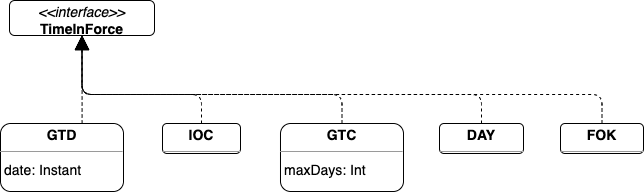
Earlier version of the draw.io export content/tutorial/tif.png (neurallayer/roboquant.org). Source tidied: cells renumbered, new cells last; positions are measured from the earlier drawing's top-left corner, leaving out a move shared by most shapes.
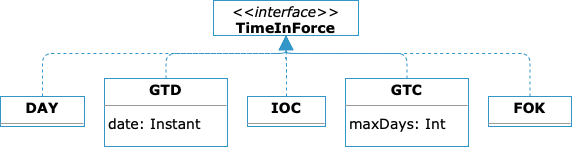
After the change.

What changed in the source:
```diff
@@ -2,58 +2,58 @@
   <root>
     <mxCell id="0" />
     <mxCell id="1" parent="0" />
-    <mxCell id="2" value="&lt;p style=&quot;margin:0px;margin-top:4px;text-align:center;&quot;&gt;&lt;b&gt;DAY&lt;/b&gt;&lt;/p&gt;&lt;hr size=&quot;1&quot;/&gt;" style="verticalAlign=top;align=left;overflow=fill;fontSize=14;fontFamily=Helvetica;html=1;rounded=1;shadow=0;comic=0;labelBackgroundColor=none;strokeWidth=1;" parent="1" vertex="1">
-      <mxGeometry x="439" y="123" width="84" height="30" as="geometry" />
+    <mxCell id="2" value="&lt;p style=&quot;margin:0px;margin-top:4px;text-align:center;&quot;&gt;&lt;b&gt;DAY&lt;/b&gt;&lt;/p&gt;&lt;hr size=&quot;1&quot;&gt;" style="verticalAlign=top;align=left;overflow=fill;fontSize=14;fontFamily=Verdana;html=1;rounded=0;shadow=0;comic=0;labelBackgroundColor=none;strokeWidth=1;strokeColor=#3296C8;" parent="1" vertex="1">
+      <mxGeometry x="9" y="-153" width="84" height="30" as="geometry" />
     </mxCell>
-    <mxCell id="3" value="&lt;p style=&quot;margin:0px;margin-top:4px;text-align:center;&quot;&gt;&lt;b&gt;FOK&lt;/b&gt;&lt;/p&gt;&lt;hr size=&quot;1&quot;/&gt;" style="verticalAlign=top;align=left;overflow=fill;fontSize=14;fontFamily=Helvetica;html=1;rounded=1;shadow=0;comic=0;labelBackgroundColor=none;strokeWidth=1;" parent="1" vertex="1">
-      <mxGeometry x="560" y="123" width="83" height="30" as="geometry" />
+    <mxCell id="3" value="&lt;p style=&quot;margin:0px;margin-top:4px;text-align:center;&quot;&gt;&lt;b&gt;FOK&lt;/b&gt;&lt;/p&gt;&lt;hr size=&quot;1&quot;&gt;" style="verticalAlign=top;align=left;overflow=fill;fontSize=14;fontFamily=Verdana;html=1;rounded=0;shadow=0;comic=0;labelBackgroundColor=none;strokeWidth=1;strokeColor=#3296C8;" parent="1" vertex="1">
+      <mxGeometry x="497" y="-153" width="83" height="30" as="geometry" />
     </mxCell>
-    <mxCell id="4" value="&lt;p style=&quot;margin:0px;margin-top:4px;text-align:center;&quot;&gt;&lt;b&gt;GTC&lt;/b&gt;&lt;/p&gt;&lt;hr size=&quot;1&quot;/&gt;&lt;p style=&quot;margin:0 0 0 4px;line-height:1.6;&quot;&gt; maxDays: Int&lt;/p&gt;" style="verticalAlign=top;align=left;overflow=fill;fontSize=14;fontFamily=Helvetica;html=1;rounded=1;shadow=0;comic=0;labelBackgroundColor=none;strokeWidth=1;" parent="1" vertex="1">
-      <mxGeometry x="280" y="123" width="123" height="68" as="geometry" />
+    <mxCell id="4" value="&lt;p style=&quot;margin:0px;margin-top:4px;text-align:center;&quot;&gt;&lt;b&gt;GTC&lt;/b&gt;&lt;/p&gt;&lt;hr size=&quot;1&quot;&gt;&lt;p style=&quot;margin:0 0 0 4px;line-height:1.6;&quot;&gt; maxDays: Int&lt;/p&gt;" style="verticalAlign=top;align=left;overflow=fill;fontSize=14;fontFamily=Verdana;html=1;rounded=0;shadow=0;comic=0;labelBackgroundColor=none;strokeWidth=1;strokeColor=#3296C8;" parent="1" vertex="1">
+      <mxGeometry x="354" y="-171" width="123" height="68" as="geometry" />
     </mxCell>
-    <mxCell id="5" value="&lt;p style=&quot;margin:0px;margin-top:4px;text-align:center;&quot;&gt;&lt;b&gt;GTD&lt;/b&gt;&lt;/p&gt;&lt;hr size=&quot;1&quot;/&gt;&lt;p style=&quot;margin:0 0 0 4px;line-height:1.6;&quot;&gt; date: Instant&lt;/p&gt;" style="verticalAlign=top;align=left;overflow=fill;fontSize=14;fontFamily=Helvetica;html=1;rounded=1;shadow=0;comic=0;labelBackgroundColor=none;strokeWidth=1;" parent="1" vertex="1">
-      <mxGeometry y="123" width="123" height="68" as="geometry" />
+    <mxCell id="5" value="&lt;p style=&quot;margin:0px;margin-top:4px;text-align:center;&quot;&gt;&lt;b&gt;GTD&lt;/b&gt;&lt;/p&gt;&lt;hr size=&quot;1&quot;&gt;&lt;p style=&quot;margin:0 0 0 4px;line-height:1.6;&quot;&gt; date: Instant&lt;/p&gt;" style="verticalAlign=top;align=left;overflow=fill;fontSize=14;fontFamily=Verdana;html=1;rounded=0;shadow=0;comic=0;labelBackgroundColor=none;strokeWidth=1;strokeColor=#3296C8;" parent="1" vertex="1">
+      <mxGeometry x="113" y="-171" width="123" height="68" as="geometry" />
     </mxCell>
-    <mxCell id="6" value="&lt;p style=&quot;margin:0px;margin-top:4px;text-align:center;&quot;&gt;&lt;b&gt;IOC&lt;/b&gt;&lt;/p&gt;&lt;hr size=&quot;1&quot;/&gt;" style="verticalAlign=top;align=left;overflow=fill;fontSize=14;fontFamily=Helvetica;html=1;rounded=1;shadow=0;comic=0;labelBackgroundColor=none;strokeWidth=1;" parent="1" vertex="1">
-      <mxGeometry x="162" y="123" width="78" height="30" as="geometry" />
+    <mxCell id="6" value="&lt;p style=&quot;margin:0px;margin-top:4px;text-align:center;&quot;&gt;&lt;b&gt;IOC&lt;/b&gt;&lt;/p&gt;&lt;hr size=&quot;1&quot;&gt;" style="verticalAlign=top;align=left;overflow=fill;fontSize=14;fontFamily=Verdana;html=1;rounded=0;shadow=0;comic=0;labelBackgroundColor=none;strokeWidth=1;strokeColor=#3296C8;" parent="1" vertex="1">
+      <mxGeometry x="256" y="-153" width="78" height="30" as="geometry" />
     </mxCell>
-    <mxCell id="7" value="&lt;p style=&quot;margin:0px;margin-top:4px;text-align:center;&quot;&gt;&lt;i&gt;&amp;lt;&amp;lt;interface&amp;gt;&amp;gt;&lt;/i&gt;&lt;br/&gt;&lt;b&gt;TimeInForce&lt;/b&gt;&lt;/p&gt;&lt;hr size=&quot;1&quot;/&gt;" style="verticalAlign=top;align=left;overflow=fill;fontSize=14;fontFamily=Helvetica;html=1;rounded=1;shadow=0;comic=0;labelBackgroundColor=none;strokeWidth=1;" parent="1" vertex="1">
-      <mxGeometry x="9" width="145" height="35" as="geometry" />
+    <mxCell id="7" value="&lt;p style=&quot;margin:0px;margin-top:4px;text-align:center;&quot;&gt;&lt;i&gt;&amp;lt;&amp;lt;interface&amp;gt;&amp;gt;&lt;/i&gt;&lt;br&gt;&lt;b&gt;TimeInForce&lt;/b&gt;&lt;/p&gt;&lt;hr size=&quot;1&quot;&gt;" style="verticalAlign=top;align=left;overflow=fill;fontSize=14;fontFamily=Verdana;html=1;rounded=0;shadow=0;comic=0;labelBackgroundColor=none;strokeWidth=1;strokeColor=#3296C8;" parent="1" vertex="1">
+      <mxGeometry x="222" y="-249" width="145" height="35" as="geometry" />
     </mxCell>
-    <mxCell id="8" style="html=1;rounded=1;edgeStyle=orthogonalEdgeStyle;dashed=1;startArrow=none;endArrow=block;endSize=12;exitX=0.500;exitY=0.002;exitDx=0;exitDy=0;entryX=0.500;entryY=1.001;entryDx=0;entryDy=0;" parent="1" edge="1" source="2" target="7">
+    <mxCell id="8" style="html=1;rounded=1;edgeStyle=orthogonalEdgeStyle;dashed=1;startArrow=none;endArrow=block;endSize=12;strokeColor=#3296C8;exitX=0.500;exitY=0.001;exitDx=0;exitDy=0;entryX=0.500;entryY=1.002;entryDx=0;entryDy=0;fontFamily=Verdana;" parent="1" edge="1" source="2" target="7">
       <mxGeometry relative="1" as="geometry">
         <Array as="points">
-          <mxPoint x="481" y="94" />
-          <mxPoint x="81" y="94" />
+          <mxPoint x="51" y="-196" />
+          <mxPoint x="295" y="-196" />
         </Array>
       </mxGeometry>
     </mxCell>
-    <mxCell id="9" style="html=1;rounded=1;edgeStyle=orthogonalEdgeStyle;dashed=1;startArrow=none;endArrow=block;endSize=12;exitX=0.500;exitY=0.002;exitDx=0;exitDy=0;entryX=0.500;entryY=1.001;entryDx=0;entryDy=0;" parent="1" edge="1" source="3" target="7">
+    <mxCell id="9" style="html=1;rounded=1;edgeStyle=orthogonalEdgeStyle;dashed=1;startArrow=none;endArrow=block;endSize=12;strokeColor=#3296C8;exitX=0.500;exitY=0.001;exitDx=0;exitDy=0;entryX=0.500;entryY=1.002;entryDx=0;entryDy=0;fontFamily=Verdana;" parent="1" edge="1" source="3" target="7">
       <mxGeometry relative="1" as="geometry">
         <Array as="points">
-          <mxPoint x="601" y="94" />
-          <mxPoint x="81" y="94" />
+          <mxPoint x="539" y="-196" />
+          <mxPoint x="295" y="-196" />
         </Array>
       </mxGeometry>
     </mxCell>
-    <mxCell id="10" style="html=1;rounded=1;edgeStyle=orthogonalEdgeStyle;dashed=1;startArrow=none;endArrow=block;endSize=12;exitX=0.500;exitY=0.000;exitDx=0;exitDy=0;entryX=0.500;entryY=1.001;entryDx=0;entryDy=0;" parent="1" edge="1" source="4" target="7">
+    <mxCell id="10" style="html=1;rounded=1;edgeStyle=orthogonalEdgeStyle;dashed=1;startArrow=none;endArrow=block;endSize=12;strokeColor=#3296C8;exitX=0.500;exitY=0.001;exitDx=0;exitDy=0;entryX=0.500;entryY=1.002;entryDx=0;entryDy=0;fontFamily=Verdana;" parent="1" edge="1" source="4" target="7">
       <mxGeometry relative="1" as="geometry">
         <Array as="points">
-          <mxPoint x="341" y="94" />
-          <mxPoint x="81" y="94" />
+          <mxPoint x="416" y="-196" />
+          <mxPoint x="295" y="-196" />
         </Array>
       </mxGeometry>
     </mxCell>
-    <mxCell id="11" style="html=1;rounded=1;edgeStyle=orthogonalEdgeStyle;dashed=1;startArrow=none;endArrow=block;endSize=12;exitX=0.663;exitY=0.001;exitDx=0;exitDy=0;entryX=0.500;entryY=1.002;entryDx=0;entryDy=0;" parent="1" edge="1" source="5" target="7">
-      <mxGeometry relative="1" as="geometry" />
+    <mxCell id="11" style="html=1;rounded=1;edgeStyle=orthogonalEdgeStyle;dashed=1;startArrow=none;endArrow=block;endSize=12;strokeColor=#3296C8;exitX=0.500;exitY=0.001;exitDx=0;exitDy=0;entryX=0.500;entryY=1.002;entryDx=0;entryDy=0;fontFamily=Verdana;" parent="1" edge="1" source="5" target="7">
+      <mxGeometry relative="1" as="geometry">
+        <Array as="points">
+          <mxPoint x="174" y="-196" />
+          <mxPoint x="295" y="-196" />
+        </Array>
+      </mxGeometry>
     </mxCell>
-    <mxCell id="12" style="html=1;rounded=1;edgeStyle=orthogonalEdgeStyle;dashed=1;startArrow=none;endArrow=block;endSize=12;exitX=0.500;exitY=0.002;exitDx=0;exitDy=0;entryX=0.500;entryY=1.001;entryDx=0;entryDy=0;" parent="1" edge="1" source="6" target="7">
-      <mxGeometry relative="1" as="geometry">
-        <Array as="points">
-          <mxPoint x="201" y="94" />
-          <mxPoint x="81" y="94" />
-        </Array>
-      </mxGeometry>
+    <mxCell id="12" style="html=1;rounded=1;edgeStyle=orthogonalEdgeStyle;dashed=1;startArrow=none;endArrow=block;endSize=12;strokeColor=#3296C8;exitX=0.500;exitY=0.001;exitDx=0;exitDy=0;entryX=0.500;entryY=1.001;entryDx=0;entryDy=0;fontFamily=Verdana;" parent="1" edge="1" source="6" target="7">
+      <mxGeometry relative="1" as="geometry" />
     </mxCell>
   </root>
 </mxGraphModel>
```
